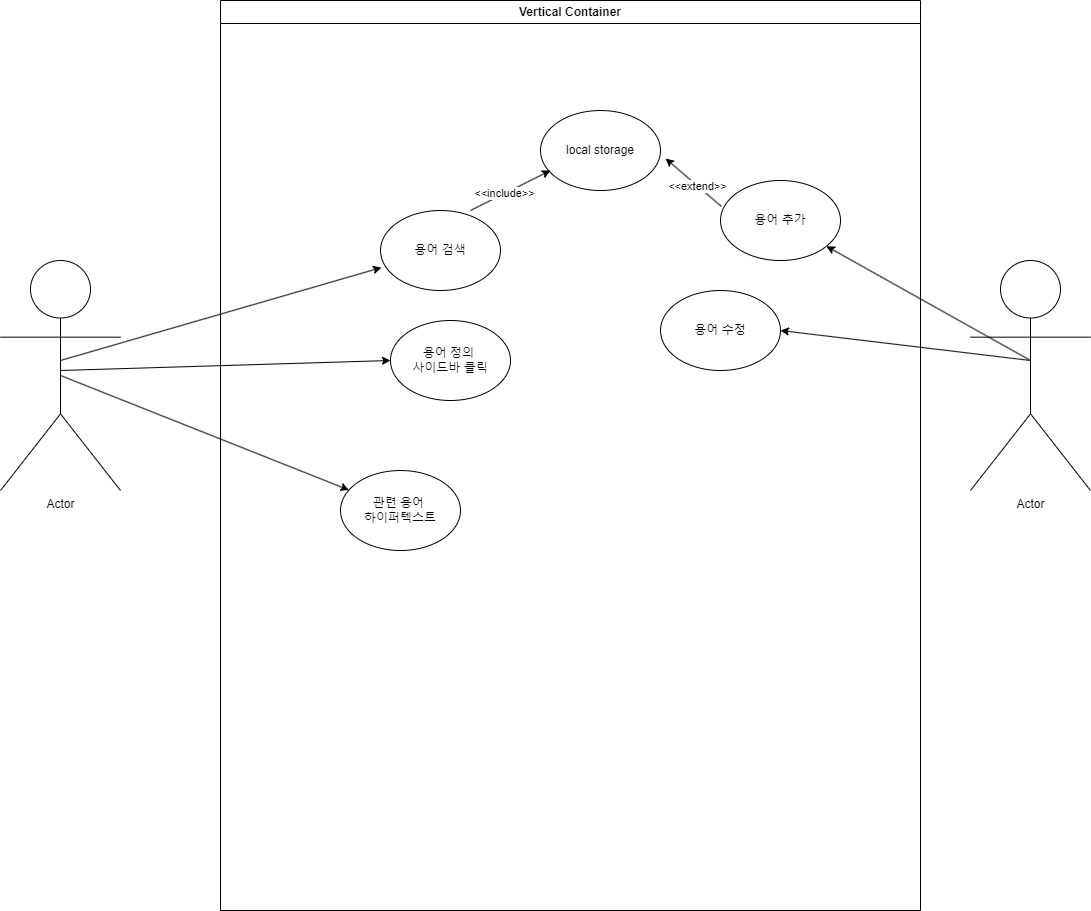
junHyeokP/Algorithm keeps this draw.io diagram as 용어사전web_mini_project.png. Above is the earlier version. Source tidied: cells renumbered, new cells last; positions are measured from the earlier drawing's top-left corner, leaving out a move shared by most shapes. Source of this version:
```xml
<mxGraphModel>
  <root>
    <mxCell id="0" />
    <mxCell id="1" parent="0" />
    <mxCell id="2" value="Actor" style="shape=umlActor;verticalLabelPosition=bottom;verticalAlign=top;html=1;outlineConnect=0;" parent="1" vertex="1">
      <mxGeometry y="260" width="120" height="230" as="geometry" />
    </mxCell>
    <mxCell id="3" value="Actor" style="shape=umlActor;verticalLabelPosition=bottom;verticalAlign=top;html=1;" parent="1" vertex="1">
      <mxGeometry x="970" y="260" width="120" height="230" as="geometry" />
    </mxCell>
    <mxCell id="4" value="Vertical Container" style="swimlane;whiteSpace=wrap;html=1;" parent="1" vertex="1">
      <mxGeometry x="220" width="700" height="910" as="geometry" />
    </mxCell>
    <mxCell id="5" value="용어 검색" style="ellipse;whiteSpace=wrap;html=1;" parent="4" vertex="1">
      <mxGeometry x="160" y="210" width="120" height="80" as="geometry" />
    </mxCell>
    <mxCell id="6" value="용어 정의&amp;nbsp;&lt;div&gt;사이드바 클릭&lt;/div&gt;" style="ellipse;whiteSpace=wrap;html=1;" parent="4" vertex="1">
      <mxGeometry x="170" y="320" width="120" height="80" as="geometry" />
    </mxCell>
    <mxCell id="7" value="관련 용어&amp;nbsp;&lt;div&gt;하이퍼텍스트&lt;/div&gt;" style="ellipse;whiteSpace=wrap;html=1;" parent="4" vertex="1">
      <mxGeometry x="120" y="470" width="120" height="80" as="geometry" />
    </mxCell>
    <mxCell id="8" value="local storage" style="ellipse;whiteSpace=wrap;html=1;" parent="4" vertex="1">
      <mxGeometry x="320" y="110" width="120" height="80" as="geometry" />
    </mxCell>
    <mxCell id="9" style="endArrow=classic;html=1;rounded=0;exitX=0.75;exitY=0;exitDx=0;exitDy=0;exitPerimeter=0;" parent="4" edge="1" source="5">
      <mxGeometry relative="1" as="geometry">
        <mxPoint x="330" y="170" as="targetPoint" />
      </mxGeometry>
    </mxCell>
    <mxCell id="10" value="&amp;lt;&amp;lt;include&amp;gt;&amp;gt;" style="edgeLabel;html=1;align=center;verticalAlign=middle;" parent="9" vertex="1">
      <mxGeometry x="-0.14" y="1" relative="1" as="geometry" />
    </mxCell>
    <mxCell id="11" value="용어 추가" style="ellipse;whiteSpace=wrap;html=1;" parent="4" vertex="1">
      <mxGeometry x="500" y="180" width="120" height="80" as="geometry" />
    </mxCell>
    <mxCell id="12" style="endArrow=classic;html=1;rounded=0;entryX=1.042;entryY=0.6;entryDx=0;entryDy=0;entryPerimeter=0;exitX=0.008;exitY=0.325;exitDx=0;exitDy=0;exitPerimeter=0;" parent="4" edge="1" source="11" target="8">
      <mxGeometry relative="1" as="geometry" />
    </mxCell>
    <mxCell id="13" value="&amp;lt;&amp;lt;extend&amp;gt;&amp;gt;" style="edgeLabel;html=1;align=center;verticalAlign=middle;" parent="12" vertex="1">
      <mxGeometry x="-0.14" y="1" relative="1" as="geometry" />
    </mxCell>
    <mxCell id="14" value="용어 수정" style="ellipse;whiteSpace=wrap;html=1;" parent="4" vertex="1">
      <mxGeometry x="440" y="290" width="120" height="80" as="geometry" />
    </mxCell>
    <mxCell id="15" style="endArrow=classic;html=1;rounded=0;exitX=0.5;exitY=0.5;exitDx=0;exitDy=0;exitPerimeter=0;" parent="1" edge="1" source="2" target="7">
      <mxGeometry relative="1" as="geometry" />
    </mxCell>
    <mxCell id="16" style="endArrow=classic;html=1;rounded=0;entryX=0;entryY=0.5;entryDx=0;entryDy=0;" parent="1" edge="1" target="6">
      <mxGeometry relative="1" as="geometry">
        <mxPoint x="60" y="370" as="sourcePoint" />
      </mxGeometry>
    </mxCell>
    <mxCell id="17" style="endArrow=classic;html=1;rounded=0;entryX=0.008;entryY=0.713;entryDx=0;entryDy=0;entryPerimeter=0;" parent="1" edge="1" target="5">
      <mxGeometry relative="1" as="geometry">
        <mxPoint x="60" y="360" as="sourcePoint" />
      </mxGeometry>
    </mxCell>
    <mxCell id="18" style="endArrow=classic;html=1;rounded=0;" parent="1" edge="1" target="11">
      <mxGeometry relative="1" as="geometry">
        <mxPoint x="1030" y="360" as="sourcePoint" />
      </mxGeometry>
    </mxCell>
    <mxCell id="19" style="endArrow=classic;html=1;rounded=0;entryX=1;entryY=0.5;entryDx=0;entryDy=0;" parent="1" edge="1" target="14">
      <mxGeometry relative="1" as="geometry">
        <mxPoint x="1030" y="360" as="sourcePoint" />
      </mxGeometry>
    </mxCell>
  </root>
</mxGraphModel>
```
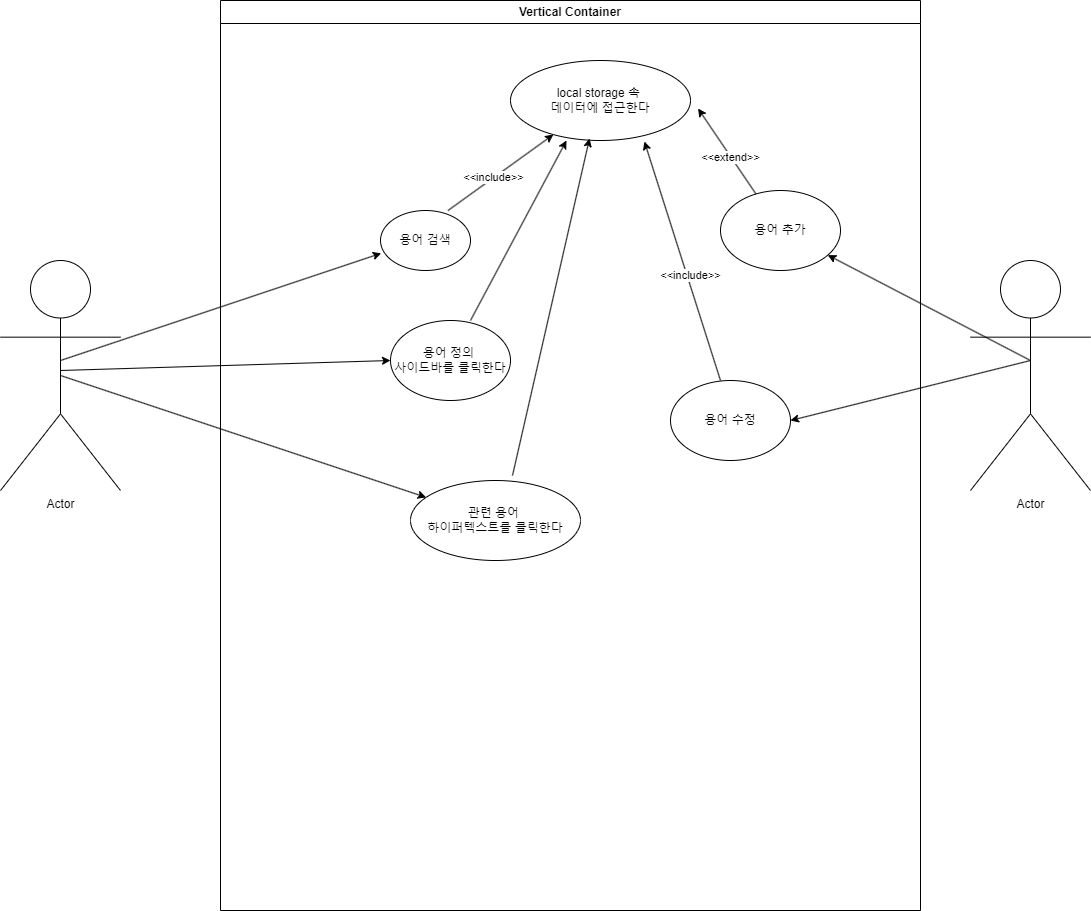
Above is the later version.

Commit message:
용어사전web_mini_project.png 업데이트

The edit, as a diff of the source:
```diff
@@ -12,37 +12,51 @@
       <mxGeometry x="220" width="700" height="910" as="geometry" />
     </mxCell>
     <mxCell id="5" value="용어 검색" style="ellipse;whiteSpace=wrap;html=1;" parent="4" vertex="1">
-      <mxGeometry x="160" y="210" width="120" height="80" as="geometry" />
+      <mxGeometry x="160" y="210" width="90" height="60" as="geometry" />
     </mxCell>
-    <mxCell id="6" value="용어 정의&amp;nbsp;&lt;div&gt;사이드바 클릭&lt;/div&gt;" style="ellipse;whiteSpace=wrap;html=1;" parent="4" vertex="1">
+    <mxCell id="6" value="용어 정의&amp;nbsp;&lt;div&gt;사이드바를 클릭한다&lt;/div&gt;" style="ellipse;whiteSpace=wrap;html=1;" parent="4" vertex="1">
       <mxGeometry x="170" y="320" width="120" height="80" as="geometry" />
     </mxCell>
-    <mxCell id="7" value="관련 용어&amp;nbsp;&lt;div&gt;하이퍼텍스트&lt;/div&gt;" style="ellipse;whiteSpace=wrap;html=1;" parent="4" vertex="1">
-      <mxGeometry x="120" y="470" width="120" height="80" as="geometry" />
+    <mxCell id="7" value="관련 용어&amp;nbsp;&lt;div&gt;하이퍼텍스트를 클릭한다&lt;/div&gt;" style="ellipse;whiteSpace=wrap;html=1;" parent="4" vertex="1">
+      <mxGeometry x="190" y="480" width="170" height="80" as="geometry" />
     </mxCell>
-    <mxCell id="8" value="local storage" style="ellipse;whiteSpace=wrap;html=1;" parent="4" vertex="1">
-      <mxGeometry x="320" y="110" width="120" height="80" as="geometry" />
+    <mxCell id="8" value="local storage 속&amp;nbsp;&lt;div&gt;데이터에 접근한다&lt;/div&gt;" style="ellipse;whiteSpace=wrap;html=1;" parent="4" vertex="1">
+      <mxGeometry x="290" y="60" width="180" height="80" as="geometry" />
     </mxCell>
-    <mxCell id="9" style="endArrow=classic;html=1;rounded=0;exitX=0.75;exitY=0;exitDx=0;exitDy=0;exitPerimeter=0;" parent="4" edge="1" source="5">
-      <mxGeometry relative="1" as="geometry">
-        <mxPoint x="330" y="170" as="targetPoint" />
-      </mxGeometry>
+    <mxCell id="9" style="endArrow=classic;html=1;rounded=0;exitX=0.75;exitY=0;exitDx=0;exitDy=0;exitPerimeter=0;" parent="4" edge="1" source="5" target="8">
+      <mxGeometry relative="1" as="geometry" />
     </mxCell>
     <mxCell id="10" value="&amp;lt;&amp;lt;include&amp;gt;&amp;gt;" style="edgeLabel;html=1;align=center;verticalAlign=middle;" parent="9" vertex="1">
       <mxGeometry x="-0.14" y="1" relative="1" as="geometry" />
     </mxCell>
     <mxCell id="11" value="용어 추가" style="ellipse;whiteSpace=wrap;html=1;" parent="4" vertex="1">
-      <mxGeometry x="500" y="180" width="120" height="80" as="geometry" />
+      <mxGeometry x="500" y="190" width="120" height="80" as="geometry" />
     </mxCell>
-    <mxCell id="12" style="endArrow=classic;html=1;rounded=0;entryX=1.042;entryY=0.6;entryDx=0;entryDy=0;entryPerimeter=0;exitX=0.008;exitY=0.325;exitDx=0;exitDy=0;exitPerimeter=0;" parent="4" edge="1" source="11" target="8">
+    <mxCell id="12" style="endArrow=classic;html=1;rounded=0;entryX=1.042;entryY=0.6;entryDx=0;entryDy=0;entryPerimeter=0;" parent="4" edge="1" source="11" target="8">
       <mxGeometry relative="1" as="geometry" />
     </mxCell>
     <mxCell id="13" value="&amp;lt;&amp;lt;extend&amp;gt;&amp;gt;" style="edgeLabel;html=1;align=center;verticalAlign=middle;" parent="12" vertex="1">
       <mxGeometry x="-0.14" y="1" relative="1" as="geometry" />
     </mxCell>
     <mxCell id="14" value="용어 수정" style="ellipse;whiteSpace=wrap;html=1;" parent="4" vertex="1">
-      <mxGeometry x="440" y="290" width="120" height="80" as="geometry" />
+      <mxGeometry x="450" y="380" width="120" height="80" as="geometry" />
     </mxCell>
+    <mxCell id="20" style="endArrow=classic;html=1;rounded=0;entryX=0.744;entryY=1.013;entryDx=0;entryDy=0;entryPerimeter=0;" parent="4" edge="1" target="8">
+      <mxGeometry relative="1" as="geometry">
+        <mxPoint x="500" y="380" as="sourcePoint" />
+      </mxGeometry>
+    </mxCell>
+    <mxCell id="21" value="&amp;lt;&amp;lt;include&amp;gt;&amp;gt;" style="edgeLabel;html=1;align=center;verticalAlign=middle;" parent="20" vertex="1">
+      <mxGeometry x="-0.12" y="-3" relative="1" as="geometry" />
+    </mxCell>
+    <mxCell id="22" style="endArrow=classic;html=1;rounded=0;entryX=0.439;entryY=0.975;entryDx=0;entryDy=0;entryPerimeter=0;exitX=0.6;exitY=-0.062;exitDx=0;exitDy=0;exitPerimeter=0;" parent="4" edge="1" source="7" target="8">
+      <mxGeometry relative="1" as="geometry" />
+    </mxCell>
+    <mxCell id="23" style="endArrow=classic;html=1;rounded=0;entryX=0.311;entryY=1;entryDx=0;entryDy=0;entryPerimeter=0;" parent="4" edge="1" target="8">
+      <mxGeometry relative="1" as="geometry">
+        <mxPoint x="250" y="320" as="sourcePoint" />
+      </mxGeometry>
+    </mxCell>
     <mxCell id="15" style="endArrow=classic;html=1;rounded=0;exitX=0.5;exitY=0.5;exitDx=0;exitDy=0;exitPerimeter=0;" parent="1" edge="1" source="2" target="7">
       <mxGeometry relative="1" as="geometry" />
     </mxCell>
```
